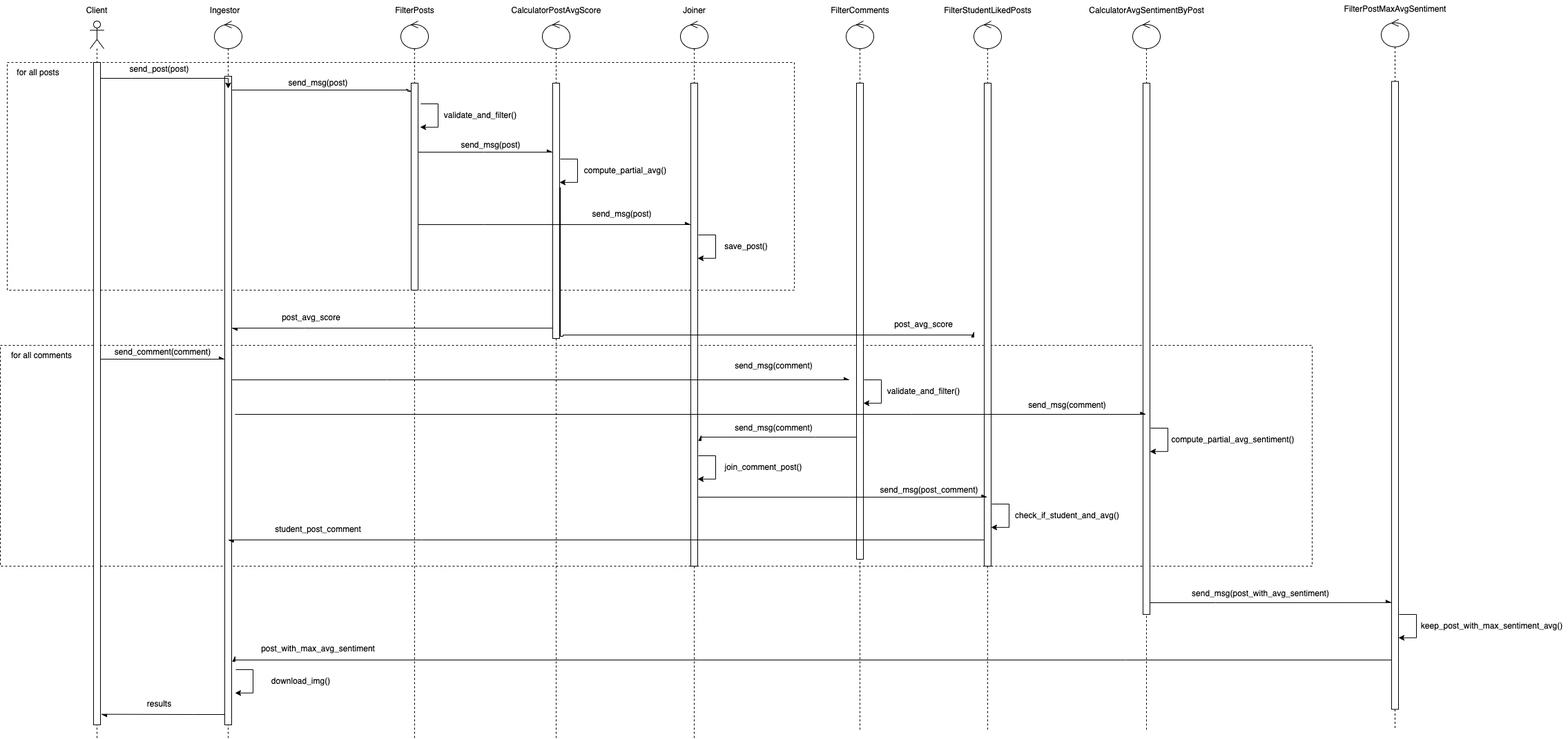
sankle/tp2-distribuidos keeps this draw.io diagram as docs/secuencia.png. Above is the earlier version. Source tidied: cells renumbered, new cells last; positions are measured from the earlier drawing's top-left corner, leaving out a move shared by most shapes.
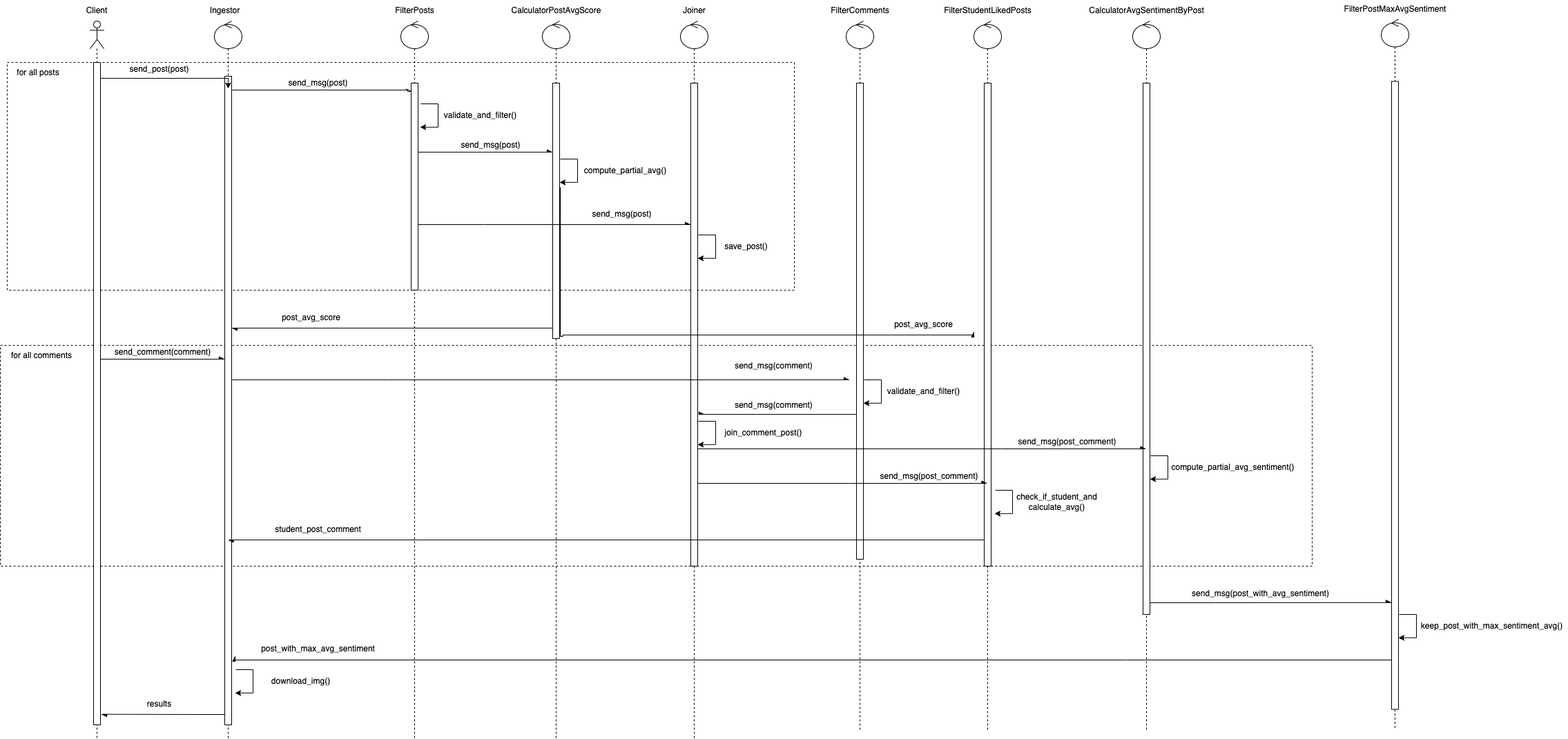
After the change.

Change to the diagram source:
```diff
@@ -199,29 +199,28 @@
       </mxGeometry>
     </mxCell>
     <mxCell id="46" value="send_msg(comment)" style="text;html=1;align=center;verticalAlign=middle;strokeColor=none;fillColor=none;" parent="1" vertex="1">
-      <mxGeometry x="1055" y="610" width="130" height="20" as="geometry" />
+      <mxGeometry x="1055" y="577" width="130" height="20" as="geometry" />
     </mxCell>
     <mxCell id="47" style="edgeStyle=orthogonalEdgeStyle;rounded=0;jettySize=auto;html=1;endArrow=async;endFill=1;" parent="1" edge="1" source="40">
       <mxGeometry relative="1" as="geometry">
-        <mxPoint x="1015" y="630" as="targetPoint" />
+        <mxPoint x="1020" y="600" as="targetPoint" />
         <Array as="points">
-          <mxPoint x="1180" y="633" />
-          <mxPoint x="1180" y="633" />
+          <mxPoint x="1015" y="600" />
         </Array>
       </mxGeometry>
     </mxCell>
     <mxCell id="48" style="edgeStyle=orthogonalEdgeStyle;rounded=0;orthogonalLoop=1;jettySize=auto;html=1;entryX=0.9;entryY=0.144;entryDx=0;entryDy=0;entryPerimeter=0;exitX=1;exitY=0.05;exitDx=0;exitDy=0;exitPerimeter=0;" parent="1" edge="1">
       <mxGeometry relative="1" as="geometry">
-        <mxPoint x="1011" y="660" as="sourcePoint" />
-        <mxPoint x="1010" y="693.8" as="targetPoint" />
+        <mxPoint x="1011" y="610" as="sourcePoint" />
+        <mxPoint x="1010" y="643.8" as="targetPoint" />
         <Array as="points">
-          <mxPoint x="1036" y="660" />
-          <mxPoint x="1036" y="694" />
+          <mxPoint x="1036" y="610" />
+          <mxPoint x="1036" y="644" />
         </Array>
       </mxGeometry>
     </mxCell>
     <mxCell id="49" value="join_comment_post()" style="text;html=1;align=center;verticalAlign=middle;strokeColor=none;fillColor=none;" parent="1" vertex="1">
-      <mxGeometry x="1040" y="667" width="130" height="20" as="geometry" />
+      <mxGeometry x="1040" y="617" width="130" height="20" as="geometry" />
     </mxCell>
     <mxCell id="50" style="shape=umlLifeline;participant=umlControl;perimeter=lifelinePerimeter;whiteSpace=wrap;html=1;verticalAlign=top;spacingTop=36;outlineConnect=0;" parent="1" vertex="1">
       <mxGeometry x="1410" y="30" width="40" height="1030" as="geometry" />
@@ -234,16 +233,16 @@
     </mxCell>
     <mxCell id="53" style="edgeStyle=orthogonalEdgeStyle;rounded=0;orthogonalLoop=1;jettySize=auto;html=1;entryX=0.9;entryY=0.144;entryDx=0;entryDy=0;entryPerimeter=0;exitX=1;exitY=0.05;exitDx=0;exitDy=0;exitPerimeter=0;" parent="1" edge="1">
       <mxGeometry relative="1" as="geometry">
-        <mxPoint x="1436" y="730" as="sourcePoint" />
-        <mxPoint x="1435" y="763.8" as="targetPoint" />
+        <mxPoint x="1441" y="710" as="sourcePoint" />
+        <mxPoint x="1440" y="743.8" as="targetPoint" />
         <Array as="points">
-          <mxPoint x="1461" y="730" />
-          <mxPoint x="1461" y="764" />
+          <mxPoint x="1466" y="710" />
+          <mxPoint x="1466" y="744" />
         </Array>
       </mxGeometry>
     </mxCell>
-    <mxCell id="54" value="check_if_student_and_avg()" style="text;html=1;align=center;verticalAlign=middle;strokeColor=none;fillColor=none;" parent="1" vertex="1">
-      <mxGeometry x="1460" y="737" width="170" height="20" as="geometry" />
+    <mxCell id="54" value="check_if_student_and&lt;br&gt;calculate_avg()" style="text;html=1;align=center;verticalAlign=middle;strokeColor=none;fillColor=none;" parent="1" vertex="1">
+      <mxGeometry x="1465" y="712" width="130" height="30" as="geometry" />
     </mxCell>
     <mxCell id="55" style="edgeStyle=orthogonalEdgeStyle;rounded=0;jettySize=auto;html=1;endArrow=async;endFill=1;exitX=1.1;exitY=0.408;exitDx=0;exitDy=0;exitPerimeter=0;" parent="1" edge="1" source="21">
       <mxGeometry relative="1" as="geometry">
@@ -257,16 +256,18 @@
     <mxCell id="56" value="post_avg_score" style="text;html=1;align=center;verticalAlign=middle;strokeColor=none;fillColor=none;" parent="1" vertex="1">
       <mxGeometry x="1287" y="460" width="100" height="20" as="geometry" />
     </mxCell>
-    <mxCell id="57" style="edgeStyle=orthogonalEdgeStyle;rounded=0;jettySize=auto;html=1;endArrow=async;endFill=1;" parent="1" edge="1" source="28" target="50">
+    <mxCell id="57" style="edgeStyle=orthogonalEdgeStyle;rounded=0;orthogonalLoop=1;jettySize=auto;html=1;endArrow=async;endFill=1;" parent="1" edge="1">
       <mxGeometry relative="1" as="geometry">
+        <mxPoint x="1010" y="700" as="sourcePoint" />
+        <mxPoint x="1429.5" y="700" as="targetPoint" />
         <Array as="points">
-          <mxPoint x="1230" y="720" />
-          <mxPoint x="1230" y="720" />
+          <mxPoint x="1230" y="700" />
+          <mxPoint x="1230" y="700" />
         </Array>
       </mxGeometry>
     </mxCell>
     <mxCell id="58" value="send_msg(post_comment)" style="text;html=1;align=center;verticalAlign=middle;strokeColor=none;fillColor=none;" parent="1" vertex="1">
-      <mxGeometry x="1265" y="700" width="160" height="20" as="geometry" />
+      <mxGeometry x="1265" y="680" width="160" height="20" as="geometry" />
     </mxCell>
     <mxCell id="59" style="edgeStyle=orthogonalEdgeStyle;rounded=0;jettySize=auto;html=1;endArrow=async;endFill=1;" parent="1" edge="1" target="8">
       <mxGeometry relative="1" as="geometry">
@@ -291,28 +292,27 @@
     </mxCell>
     <mxCell id="64" style="edgeStyle=orthogonalEdgeStyle;rounded=0;orthogonalLoop=1;jettySize=auto;html=1;entryX=0.9;entryY=0.144;entryDx=0;entryDy=0;entryPerimeter=0;exitX=1;exitY=0.05;exitDx=0;exitDy=0;exitPerimeter=0;" parent="1" edge="1">
       <mxGeometry relative="1" as="geometry">
-        <mxPoint x="1666" y="620" as="sourcePoint" />
-        <mxPoint x="1665" y="653.8" as="targetPoint" />
+        <mxPoint x="1666" y="660" as="sourcePoint" />
+        <mxPoint x="1665" y="693.8" as="targetPoint" />
         <Array as="points">
-          <mxPoint x="1691" y="620" />
-          <mxPoint x="1691" y="654" />
+          <mxPoint x="1691" y="660" />
+          <mxPoint x="1691" y="694" />
         </Array>
       </mxGeometry>
     </mxCell>
     <mxCell id="65" value="compute_partial_avg_sentiment()" style="text;html=1;align=center;verticalAlign=middle;strokeColor=none;fillColor=none;" parent="1" vertex="1">
-      <mxGeometry x="1690" y="627" width="190" height="20" as="geometry" />
+      <mxGeometry x="1690" y="667" width="190" height="20" as="geometry" />
     </mxCell>
-    <mxCell id="66" style="edgeStyle=orthogonalEdgeStyle;rounded=0;jettySize=auto;html=1;endArrow=async;endFill=1;" parent="1" edge="1" target="61">
+    <mxCell id="66" style="edgeStyle=orthogonalEdgeStyle;rounded=0;jettySize=auto;html=1;endArrow=async;endFill=1;" parent="1" edge="1" source="28" target="61">
       <mxGeometry relative="1" as="geometry">
-        <mxPoint x="340" y="600" as="sourcePoint" />
         <Array as="points">
-          <mxPoint x="1320" y="600" />
-          <mxPoint x="1320" y="600" />
+          <mxPoint x="1450" y="650" />
+          <mxPoint x="1450" y="650" />
         </Array>
       </mxGeometry>
     </mxCell>
-    <mxCell id="67" value="send_msg(comment)" style="text;html=1;align=center;verticalAlign=middle;strokeColor=none;fillColor=none;" parent="1" vertex="1">
-      <mxGeometry x="1480" y="577" width="130" height="20" as="geometry" />
+    <mxCell id="67" value="send_msg(post_comment)" style="text;html=1;align=center;verticalAlign=middle;strokeColor=none;fillColor=none;" parent="1" vertex="1">
+      <mxGeometry x="1465" y="630" width="160" height="20" as="geometry" />
     </mxCell>
     <mxCell id="68" style="shape=umlLifeline;participant=umlControl;perimeter=lifelinePerimeter;whiteSpace=wrap;html=1;verticalAlign=top;spacingTop=36;" parent="1" vertex="1">
       <mxGeometry x="2000" y="27.5" width="40" height="1030" as="geometry" />
```
